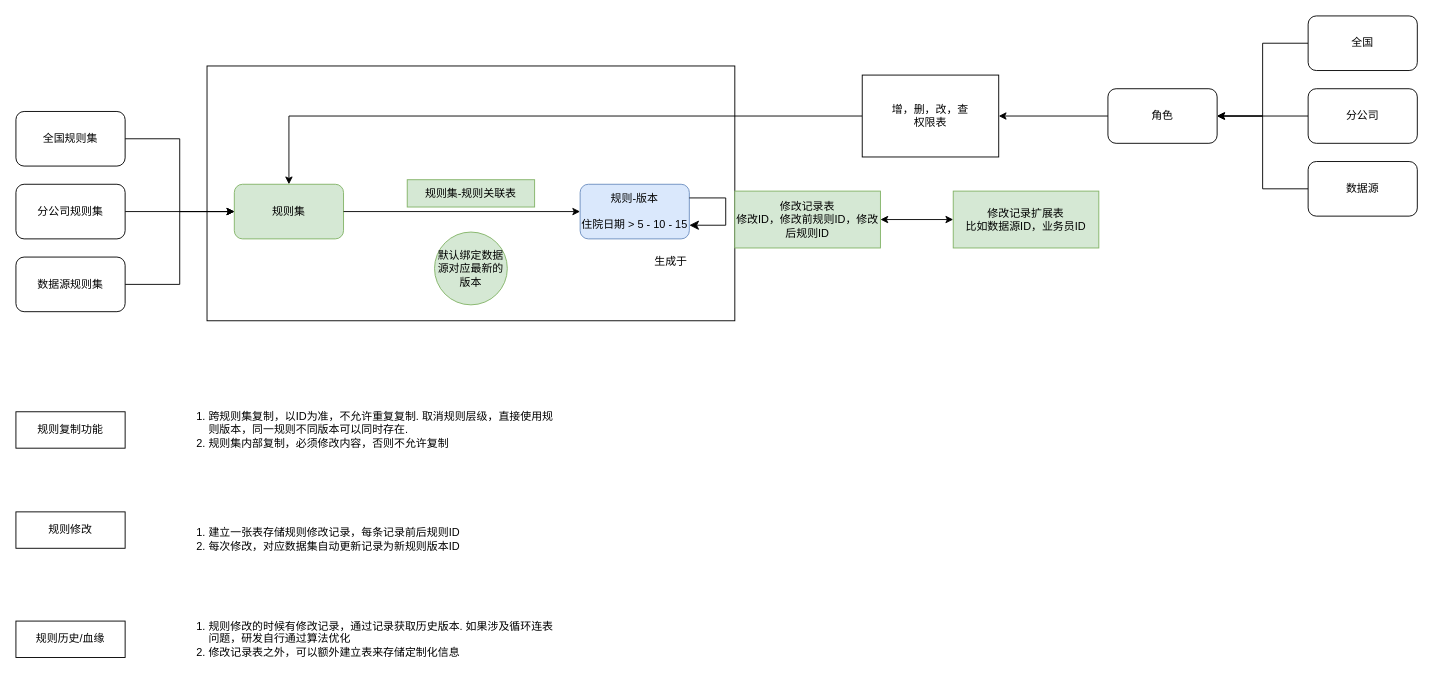
The draw.io diagram page "太保财2期重构核心数据结构" (3 of 6) of 社保架构设计图.drawio in XiaoLiuAI/diagrams, before the edit. Source tidied: cells renumbered, new cells numbered last; positions are measured from the earlier drawing's top-left corner, leaving out a move shared by most shapes. Both pictures are drawn from the tidied source at 91%, with x=0, y=0 at pixel (15, 15).
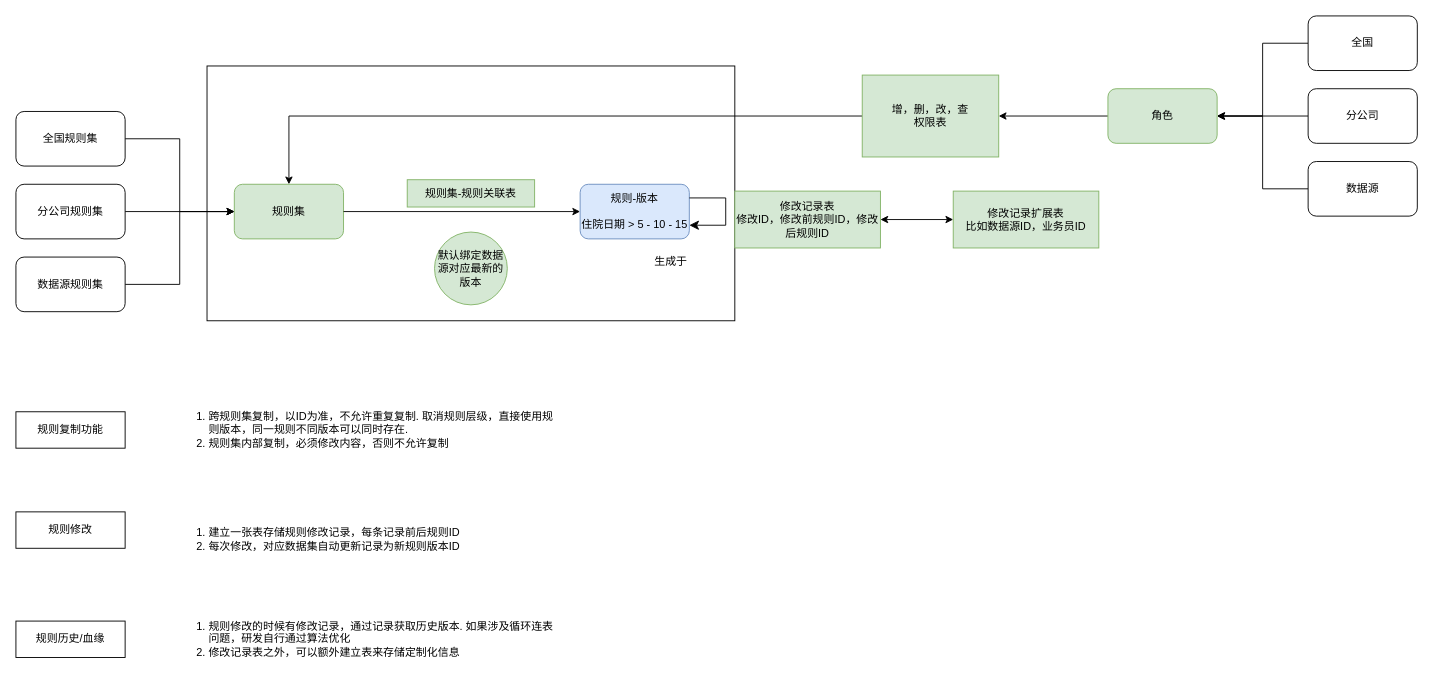
After the change.

Commit message (it also covers changes not shown here):
更新社保架构设计图.drawio

The edit, as a diff of the source:
```diff
@@
-    <mxCell id="14" value="角色" style="rounded=1;whiteSpace=wrap;html=1;" parent="1" vertex="1">
+    <mxCell id="14" value="角色" style="rounded=1;whiteSpace=wrap;html=1;fillColor=#d5e8d4;strokeColor=#82b366;" parent="1" vertex="1">
       <mxGeometry x="1200" y="80" width="120" height="60" as="geometry" />
     </mxCell>
@@
-    <mxCell id="20" value="增，删，改，查&lt;br&gt;权限表" style="rounded=0;whiteSpace=wrap;html=1;" parent="1" vertex="1">
+    <mxCell id="20" value="增，删，改，查&lt;br&gt;权限表" style="rounded=0;whiteSpace=wrap;html=1;fillColor=#d5e8d4;strokeColor=#82b366;" parent="1" vertex="1">
       <mxGeometry x="930" y="65" width="150" height="90" as="geometry" />
     </mxCell>
```
